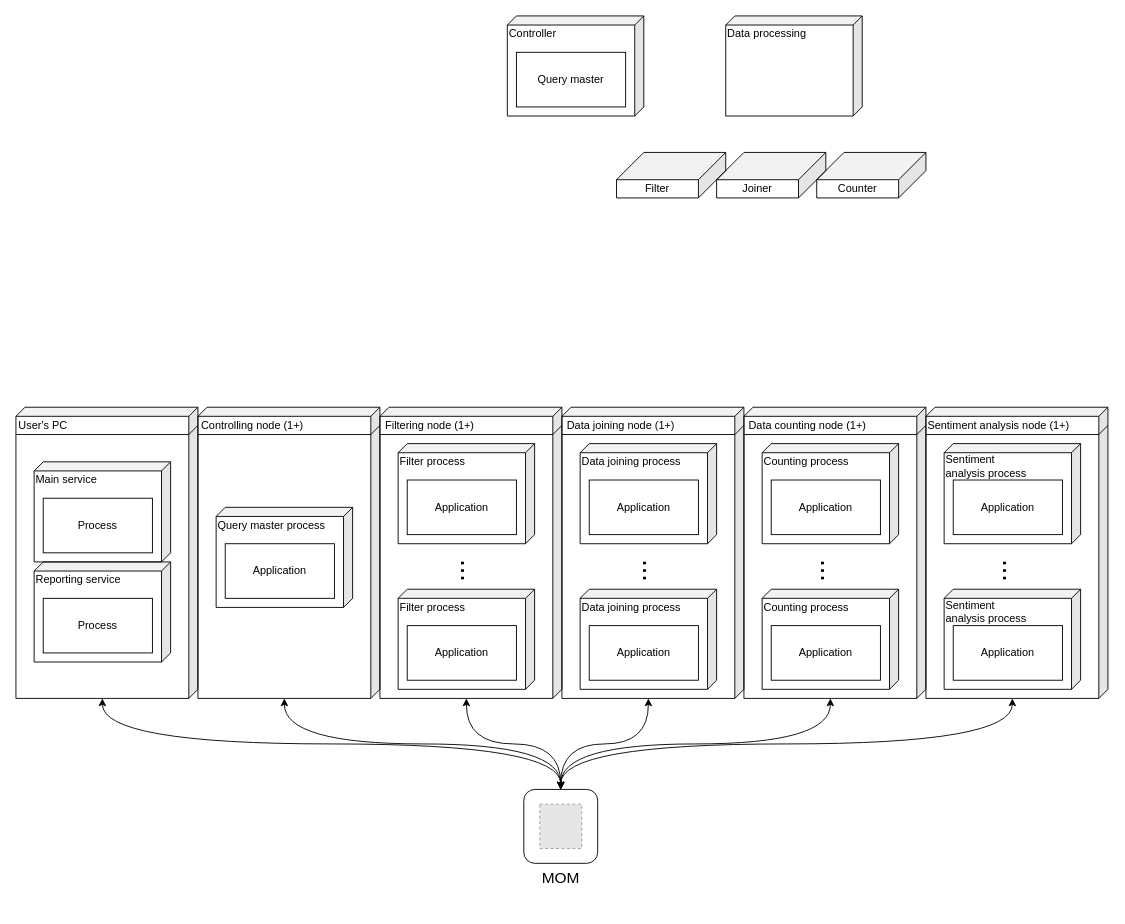
Before: page "Diagrama de despliegue" (2 of 6) of diagrams/diagramas.drawio in mateogdupont/escalabilidad, a draw.io diagram. Source tidied: cells renumbered, new cells numbered last; positions are measured from the earlier drawing's top-left corner, leaving out a move shared by most shapes. Both pictures are drawn from the tidied source at 91%, with x=0, y=0 at pixel (15, 15). Pictures stored in the file or linked from it are replaced by grey dashed boxes.
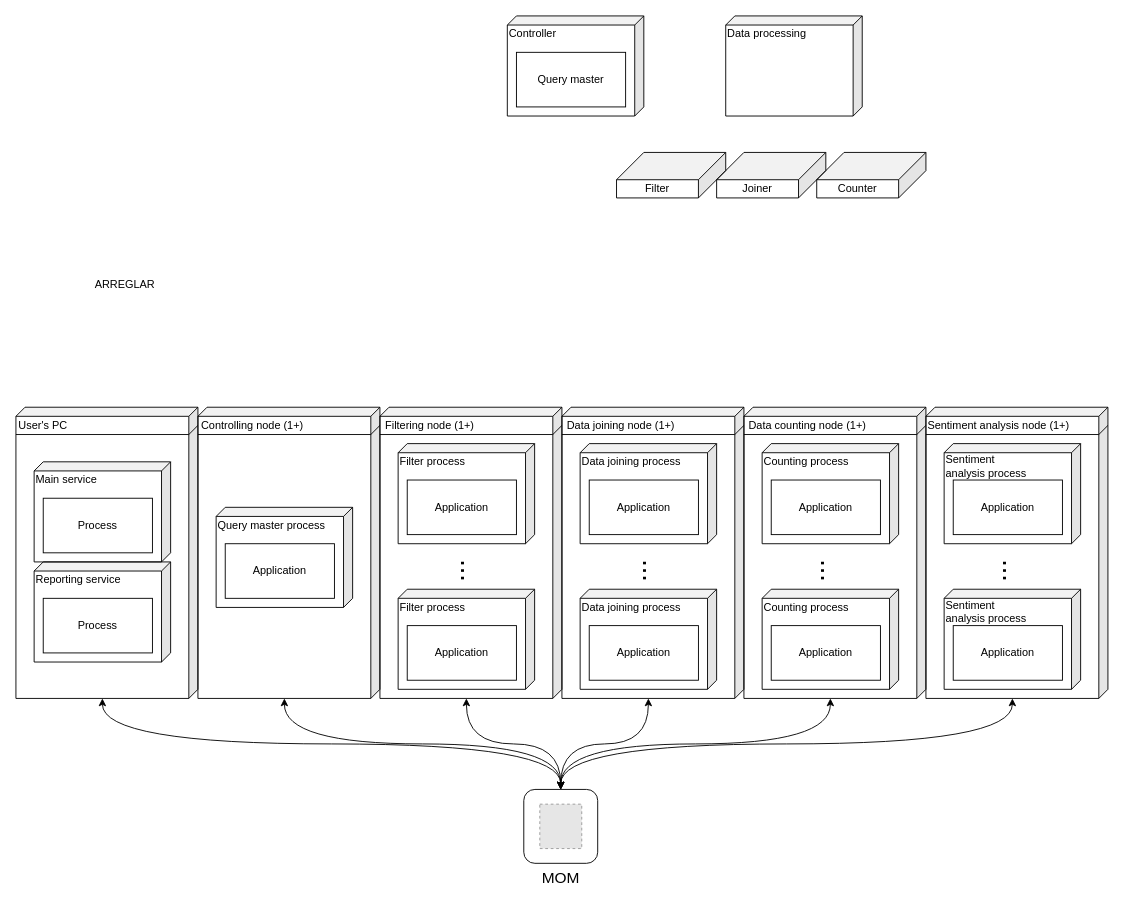
The same diagram, later.

Diff of the diagram source:
```diff
@@
+    <mxCell id="82" value="ARREGLAR" style="text;html=1;align=center;verticalAlign=middle;whiteSpace=wrap;rounded=0;" parent="1" vertex="1">
+      <mxGeometry x="90" y="280" width="60" height="30" as="geometry" />
+    </mxCell>
```
